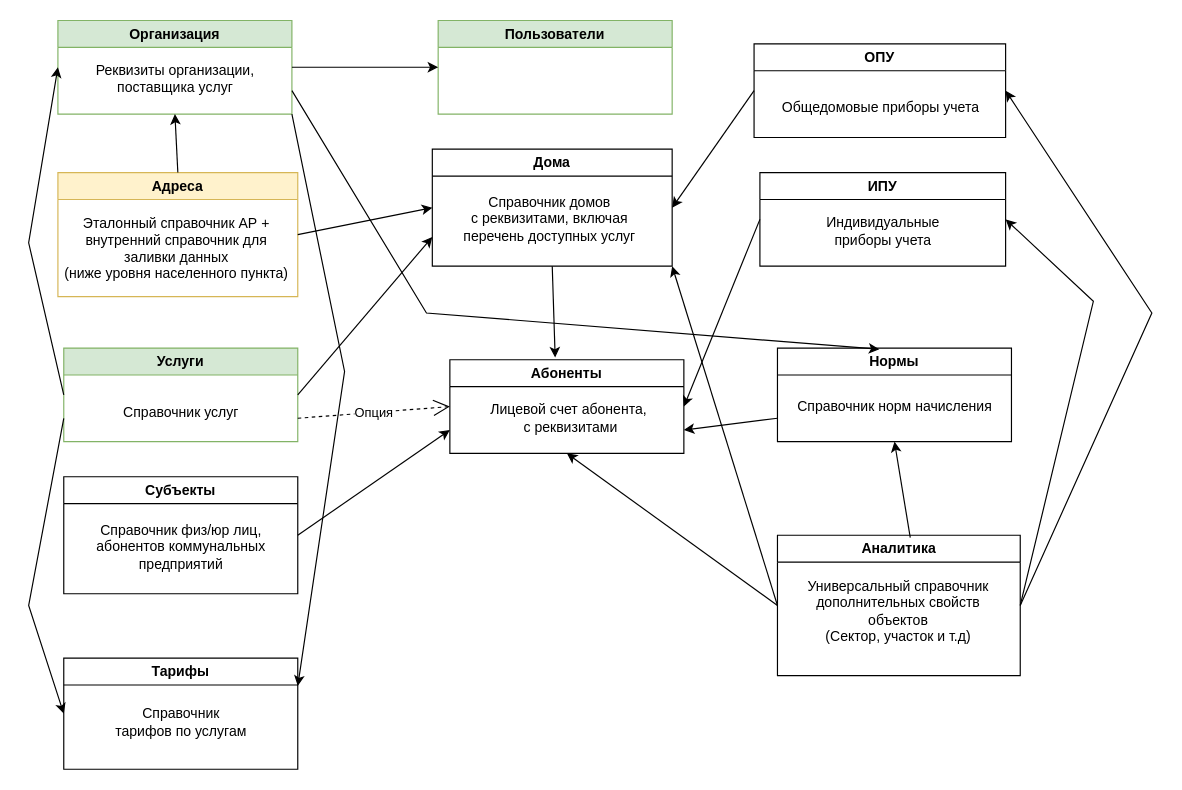
The draw.io diagram ERBill.drawio in mr-vic/billing, before the edit. Source tidied: cells renumbered, new cells numbered last; positions are measured from the earlier drawing's top-left corner, leaving out a move shared by most shapes. Both pictures are drawn from the tidied source at 117%, with x=0, y=0 at pixel (28, 20).
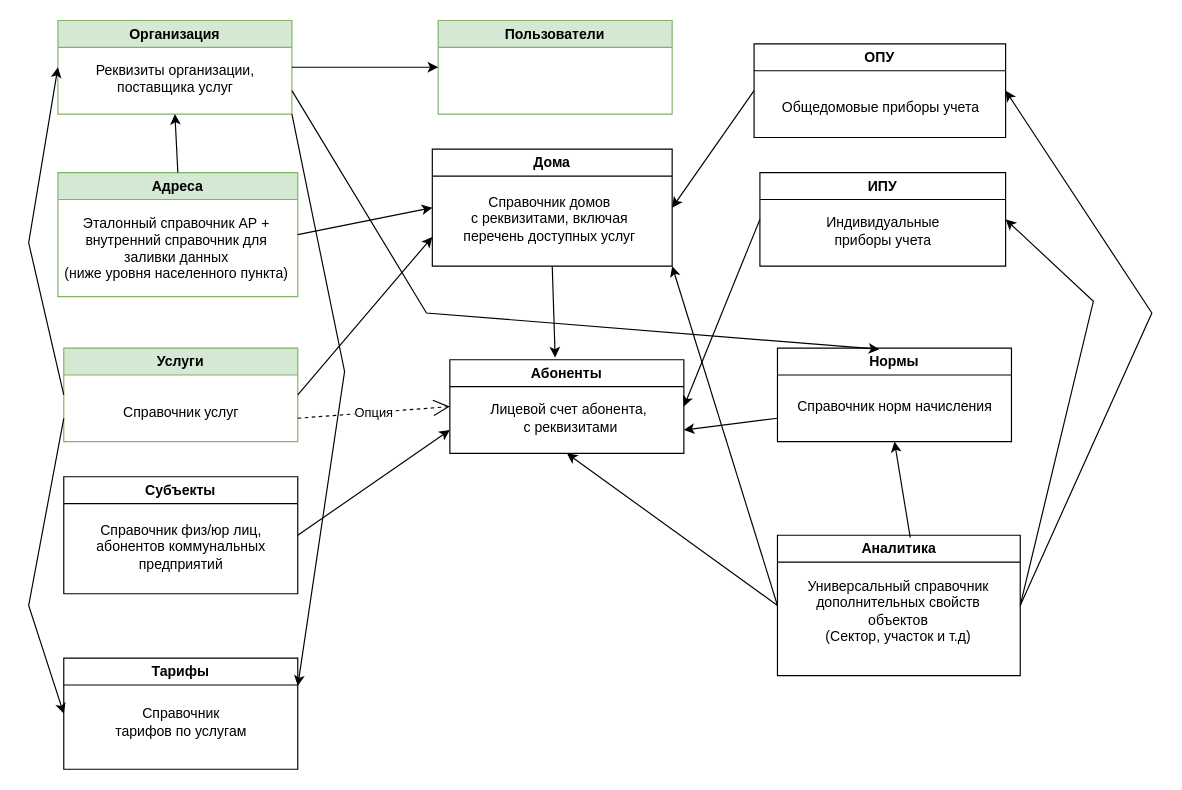
The same diagram, later.

What changed in the source:
```diff
@@
-    <mxCell id="6" value="Адреса" style="swimlane;whiteSpace=wrap;html=1;fillColor=#fff2cc;strokeColor=#d6b656;" parent="1" vertex="1">
+    <mxCell id="6" value="Адреса" style="swimlane;whiteSpace=wrap;html=1;fillColor=#d5e8d4;strokeColor=#82b366;" parent="1" vertex="1">
       <mxGeometry x="25" y="130" width="205" height="106" as="geometry" />
     </mxCell>
```
